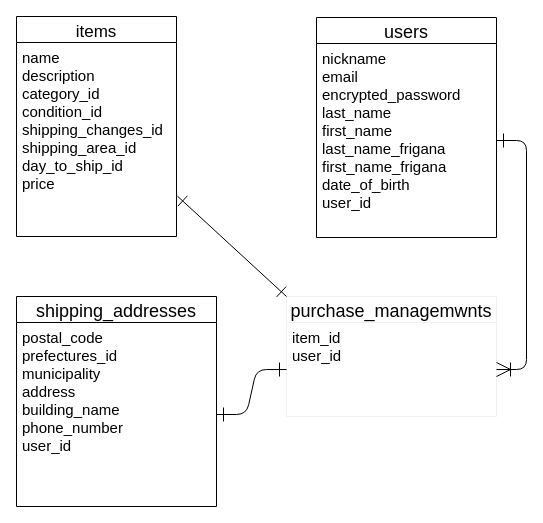
This is test.dio from kazupin0930/furima-34016, a draw.io file, before an edit. Source tidied: cells renumbered, new cells numbered last; positions are measured from the earlier drawing's top-left corner, leaving out a move shared by most shapes. Both pictures are drawn from the tidied source at 100%, with x=0, y=0 at pixel (16, 16).
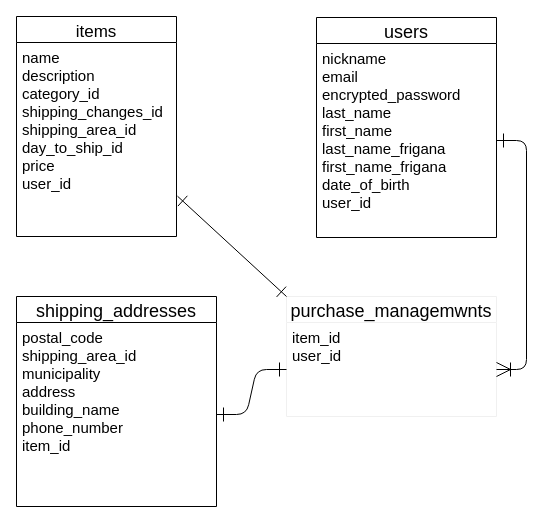
After the change.

What changed in the source:
```diff
@@
 <mxGraphModel>
   <root>
     <mxCell id="0" />
     <mxCell id="1" parent="0" />
     <mxCell id="2" style="edgeStyle=orthogonalEdgeStyle;orthogonalLoop=1;jettySize=auto;html=1;exitX=0.5;exitY=1;exitDx=0;exitDy=0;" parent="1" edge="1">
       <mxGeometry relative="1" as="geometry">
         <mxPoint x="910" y="460" as="sourcePoint" />
         <mxPoint x="910" y="460" as="targetPoint" />
       </mxGeometry>
     </mxCell>
     <mxCell id="3" value="purchase_managemwnts" style="swimlane;fontStyle=0;horizontal=1;startSize=26;align=center;fontSize=18;strokeColor=#F0F0F0;" parent="1" vertex="1">
       <mxGeometry x="270" y="280" width="210" height="120" as="geometry" />
     </mxCell>
     <mxCell id="4" value="item_id&#10;user_id" style="text;strokeColor=none;fillColor=none;spacingLeft=4;spacingRight=4;overflow=hidden;points=[[0,0.5],[1,0.5]];portConstraint=eastwest;fontSize=15;" parent="3" vertex="1">
       <mxGeometry y="26" width="210" height="94" as="geometry" />
     </mxCell>
     <mxCell id="5" value="users" style="swimlane;fontStyle=0;horizontal=1;startSize=26;align=center;fontSize=18;" parent="1" vertex="1">
       <mxGeometry x="300" y="1" width="180" height="220" as="geometry" />
     </mxCell>
     <mxCell id="6" value="nickname&#10;email&#10;encrypted_password&#10;last_name&#10;first_name&#10;last_name_frigana&#10;first_name_frigana&#10;date_of_birth&#10;user_id" style="text;strokeColor=none;fillColor=none;spacingLeft=4;spacingRight=4;overflow=hidden;points=[[0,0.5],[1,0.5]];portConstraint=eastwest;fontSize=15;" parent="5" vertex="1">
       <mxGeometry y="26" width="180" height="194" as="geometry" />
     </mxCell>
     <mxCell id="7" value="shipping_addresses" style="swimlane;fontStyle=0;horizontal=1;startSize=26;align=center;fontSize=18;" parent="1" vertex="1">
       <mxGeometry y="280" width="200" height="210" as="geometry" />
     </mxCell>
-    <mxCell id="8" value="postal_code&#10;prefectures_id&#10;municipality&#10;address&#10;building_name&#10;phone_number&#10;user_id" style="text;strokeColor=none;fillColor=none;spacingLeft=4;spacingRight=4;overflow=hidden;points=[[0,0.5],[1,0.5]];portConstraint=eastwest;fontSize=15;" parent="7" vertex="1">
+    <mxCell id="8" value="postal_code&#10;shipping_area_id&#10;municipality&#10;address&#10;building_name&#10;phone_number&#10;item_id" style="text;strokeColor=none;fillColor=none;spacingLeft=4;spacingRight=4;overflow=hidden;points=[[0,0.5],[1,0.5]];portConstraint=eastwest;fontSize=15;" parent="7" vertex="1">
       <mxGeometry y="26" width="200" height="184" as="geometry" />
     </mxCell>
     <mxCell id="9" style="edgeStyle=entityRelationEdgeStyle;fontSize=12;html=1;endArrow=ERone;startArrow=ERoneToMany;strokeWidth=1;endSize=12;startSize=12;entryX=1;entryY=0.5;entryDx=0;entryDy=0;exitX=1;exitY=0.5;exitDx=0;exitDy=0;startFill=0;endFill=0;" parent="1" edge="1" source="4" target="6">
       <mxGeometry relative="1" as="geometry" />
     </mxCell>
     <mxCell id="10" style="fontSize=12;html=1;endArrow=ERone;startArrow=ERone;strokeWidth=1;entryX=0;entryY=0;entryDx=0;entryDy=0;exitX=1.006;exitY=0.808;exitDx=0;exitDy=0;exitPerimeter=0;endSize=12;startSize=12;startFill=0;endFill=0;" parent="1" edge="1" target="3">
       <mxGeometry relative="1" as="geometry">
         <mxPoint x="161" y="179.7" as="sourcePoint" />
       </mxGeometry>
     </mxCell>
     <mxCell id="11" style="edgeStyle=entityRelationEdgeStyle;fontSize=12;html=1;endArrow=ERone;startArrow=ERone;strokeWidth=1;entryX=0;entryY=0.5;entryDx=0;entryDy=0;exitX=1;exitY=0.5;exitDx=0;exitDy=0;endSize=12;startSize=12;startFill=0;endFill=0;" parent="1" edge="1" source="8" target="4">
       <mxGeometry relative="1" as="geometry" />
     </mxCell>
     <mxCell id="12" value="items" style="swimlane;fontStyle=0;horizontal=1;startSize=26;align=center;fontSize=17;" parent="1" vertex="1">
       <mxGeometry width="160" height="220" as="geometry" />
     </mxCell>
-    <mxCell id="13" value="name&#10;description&#10;category_id&#10;condition_id&#10;shipping_changes_id&#10;shipping_area_id&#10;day_to_ship_id&#10;price" style="text;strokeColor=none;fillColor=none;spacingLeft=4;spacingRight=4;overflow=hidden;fontSize=15;verticalAlign=top;" parent="12" vertex="1">
+    <mxCell id="13" value="name&#10;description&#10;category_id&#10;shipping_changes_id&#10;shipping_area_id&#10;day_to_ship_id&#10;price&#10;user_id" style="text;strokeColor=none;fillColor=none;spacingLeft=4;spacingRight=4;overflow=hidden;fontSize=15;verticalAlign=top;" parent="12" vertex="1">
       <mxGeometry y="26" width="160" height="194" as="geometry" />
     </mxCell>
   </root>
 </mxGraphModel>
```
